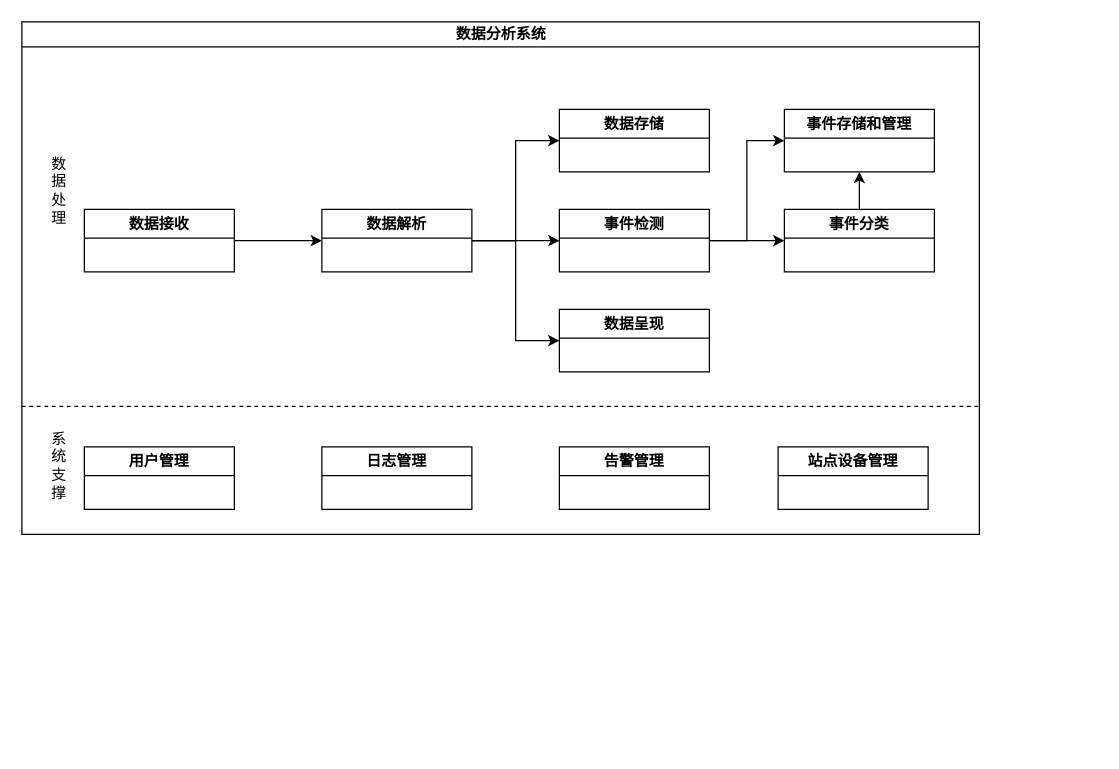
Above: 管理系统/未命名绘图.drawio in Diend-7/- (draw.io), before the change. Source tidied: cells renumbered, new cells numbered last; positions are measured from the earlier drawing's top-left corner, leaving out a move shared by most shapes. Both pictures are drawn from the tidied source at 125%, with x=0, y=0 at pixel (21, 21).
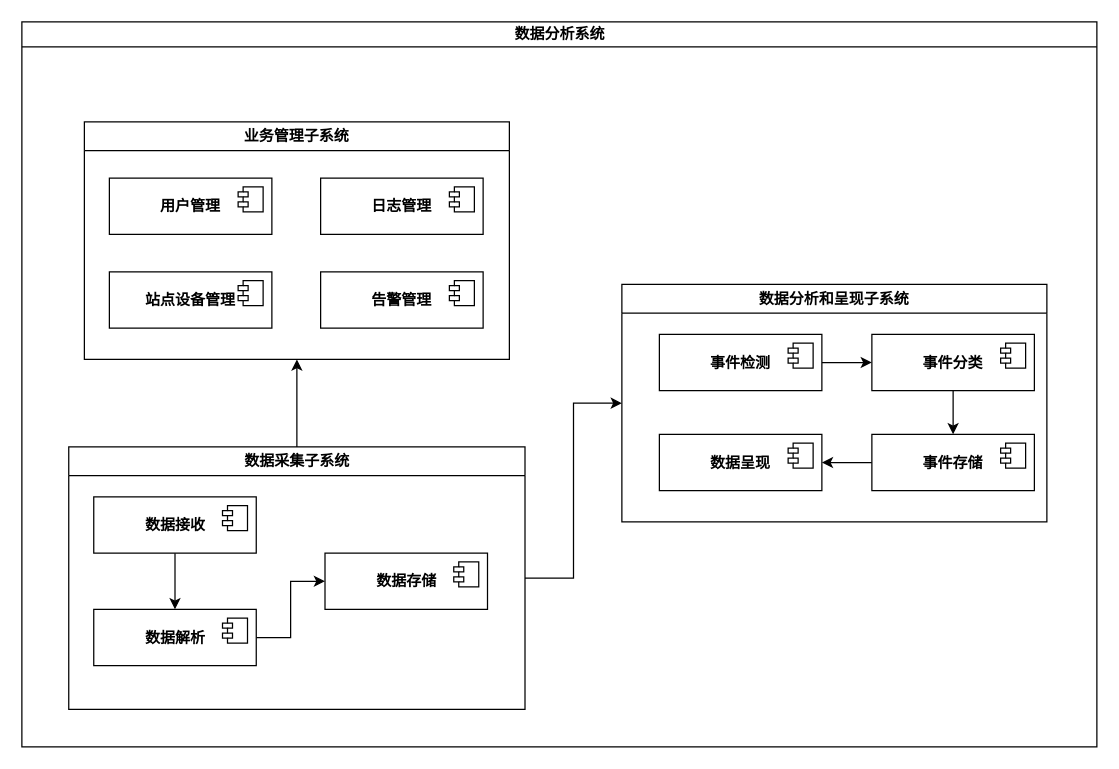
The same diagram, later.

Commit message:
更新未命名绘图.drawio

Diff of the diagram source:
```diff
@@
     <mxCell id="2" value="数据分析系统" style="swimlane;html=1;startSize=20;horizontal=1;containerType=tree;glass=0;" parent="1" vertex="1">
-      <mxGeometry width="766" height="410" as="geometry" />
+      <mxGeometry width="860" height="580" as="geometry" />
     </mxCell>
-    <mxCell id="3" style="edgeStyle=orthogonalEdgeStyle;rounded=0;jettySize=auto;html=1;entryX=0;entryY=0.5;entryDx=0;entryDy=0;" parent="2" edge="1" source="4" target="8">
-      <mxGeometry relative="1" as="geometry" />
-    </mxCell>
-    <mxCell id="4" value="数据接收" style="swimlane;whiteSpace=wrap;html=1;" parent="2" vertex="1">
-      <mxGeometry x="50" y="150" width="120" height="50" as="geometry" />
+    <mxCell id="4" value="业务管理子系统" style="swimlane;whiteSpace=wrap;html=1;startSize=23;" parent="2" vertex="1">
+      <mxGeometry x="50" y="80" width="340" height="190" as="geometry" />
     </mxCell>
-    <mxCell id="5" style="edgeStyle=orthogonalEdgeStyle;rounded=0;jettySize=auto;html=1;entryX=0;entryY=0.5;entryDx=0;entryDy=0;" parent="2" edge="1" source="8" target="12">
-      <mxGeometry relative="1" as="geometry" />
-    </mxCell>
+    <mxCell id="24" value="&lt;b&gt;用户管理&lt;/b&gt;" style="html=1;whiteSpace=wrap;" parent="4" vertex="1">
+      <mxGeometry x="20" y="45" width="130" height="45" as="geometry" />
+    </mxCell>
+    <mxCell id="25" style="shape=module;jettyWidth=8;jettyHeight=4;" parent="24" vertex="1">
+      <mxGeometry x="1" width="20" height="20" relative="1" as="geometry">
+        <mxPoint x="-27" y="7" as="offset" />
+      </mxGeometry>
+    </mxCell>
+    <mxCell id="19" value="&lt;b&gt;日志管理&lt;/b&gt;" style="html=1;whiteSpace=wrap;" parent="4" vertex="1">
+      <mxGeometry x="189" y="45" width="130" height="45" as="geometry" />
+    </mxCell>
+    <mxCell id="26" style="shape=module;jettyWidth=8;jettyHeight=4;" parent="19" vertex="1">
+      <mxGeometry x="1" width="20" height="20" relative="1" as="geometry">
+        <mxPoint x="-27" y="7" as="offset" />
+      </mxGeometry>
+    </mxCell>
+    <mxCell id="22" value="&lt;b&gt;站点设备管理&lt;/b&gt;" style="html=1;whiteSpace=wrap;" parent="4" vertex="1">
+      <mxGeometry x="20" y="120" width="130" height="45" as="geometry" />
+    </mxCell>
+    <mxCell id="27" style="shape=module;jettyWidth=8;jettyHeight=4;" parent="22" vertex="1">
+      <mxGeometry x="1" width="20" height="20" relative="1" as="geometry">
+        <mxPoint x="-27" y="7" as="offset" />
+      </mxGeometry>
+    </mxCell>
+    <mxCell id="28" value="&lt;b&gt;告警管理&lt;/b&gt;" style="html=1;whiteSpace=wrap;" parent="4" vertex="1">
+      <mxGeometry x="189" y="120" width="130" height="45" as="geometry" />
+    </mxCell>
+    <mxCell id="29" style="shape=module;jettyWidth=8;jettyHeight=4;" parent="28" vertex="1">
+      <mxGeometry x="1" width="20" height="20" relative="1" as="geometry">
+        <mxPoint x="-27" y="7" as="offset" />
+      </mxGeometry>
+    </mxCell>
+    <mxCell id="17" value="数据分析和呈现子系统" style="swimlane;whiteSpace=wrap;html=1;" parent="2" vertex="1">
+      <mxGeometry x="480" y="210" width="340" height="190" as="geometry" />
+    </mxCell>
+    <mxCell id="10" style="edgeStyle=orthogonalEdgeStyle;rounded=0;jettySize=auto;html=1;entryX=0;entryY=0.5;entryDx=0;entryDy=0;" parent="17" edge="1" source="12" target="14">
+      <mxGeometry relative="1" as="geometry" />
+    </mxCell>
+    <mxCell id="12" value="&lt;b&gt;事件检测&lt;/b&gt;" style="html=1;whiteSpace=wrap;" parent="17" vertex="1">
+      <mxGeometry x="30" y="40" width="130" height="45" as="geometry" />
+    </mxCell>
+    <mxCell id="30" style="shape=module;jettyWidth=8;jettyHeight=4;" parent="12" vertex="1">
+      <mxGeometry x="1" width="20" height="20" relative="1" as="geometry">
+        <mxPoint x="-27" y="7" as="offset" />
+      </mxGeometry>
+    </mxCell>
+    <mxCell id="31" style="edgeStyle=orthogonalEdgeStyle;rounded=0;jettySize=auto;html=1;entryX=0.5;entryY=0;entryDx=0;entryDy=0;" parent="17" edge="1" source="14" target="34">
+      <mxGeometry relative="1" as="geometry" />
+    </mxCell>
+    <mxCell id="14" value="&lt;b&gt;事件分类&lt;/b&gt;" style="html=1;whiteSpace=wrap;" parent="17" vertex="1">
+      <mxGeometry x="200" y="40" width="130" height="45" as="geometry" />
+    </mxCell>
+    <mxCell id="32" style="shape=module;jettyWidth=8;jettyHeight=4;" parent="14" vertex="1">
+      <mxGeometry x="1" width="20" height="20" relative="1" as="geometry">
+        <mxPoint x="-27" y="7" as="offset" />
+      </mxGeometry>
+    </mxCell>
+    <mxCell id="33" style="edgeStyle=orthogonalEdgeStyle;rounded=0;jettySize=auto;html=1;entryX=1;entryY=0.5;entryDx=0;entryDy=0;" parent="17" edge="1" source="34" target="15">
+      <mxGeometry relative="1" as="geometry" />
+    </mxCell>
+    <mxCell id="34" value="&lt;b&gt;事件存储&lt;/b&gt;" style="html=1;whiteSpace=wrap;" parent="17" vertex="1">
+      <mxGeometry x="200" y="120" width="130" height="45" as="geometry" />
+    </mxCell>
+    <mxCell id="35" style="shape=module;jettyWidth=8;jettyHeight=4;" parent="34" vertex="1">
+      <mxGeometry x="1" width="20" height="20" relative="1" as="geometry">
+        <mxPoint x="-27" y="7" as="offset" />
+      </mxGeometry>
+    </mxCell>
+    <mxCell id="15" value="&lt;b&gt;数据呈现&lt;/b&gt;" style="html=1;whiteSpace=wrap;" parent="17" vertex="1">
+      <mxGeometry x="30" y="120" width="130" height="45" as="geometry" />
+    </mxCell>
+    <mxCell id="36" style="shape=module;jettyWidth=8;jettyHeight=4;" parent="15" vertex="1">
+      <mxGeometry x="1" width="20" height="20" relative="1" as="geometry">
+        <mxPoint x="-27" y="7" as="offset" />
+      </mxGeometry>
+    </mxCell>
+    <mxCell id="37" style="edgeStyle=orthogonalEdgeStyle;rounded=0;jettySize=auto;html=1;entryX=0.5;entryY=1;entryDx=0;entryDy=0;" parent="2" edge="1" source="18" target="4">
+      <mxGeometry relative="1" as="geometry" />
+    </mxCell>
+    <mxCell id="38" style="edgeStyle=orthogonalEdgeStyle;rounded=0;jettySize=auto;html=1;entryX=0;entryY=0.5;entryDx=0;entryDy=0;" parent="2" edge="1" source="18" target="17">
+      <mxGeometry relative="1" as="geometry" />
+    </mxCell>
+    <mxCell id="18" value="数据采集子系统" style="swimlane;whiteSpace=wrap;html=1;" parent="2" vertex="1">
+      <mxGeometry x="37.5" y="340" width="365" height="210" as="geometry" />
+    </mxCell>
+    <mxCell id="39" style="edgeStyle=orthogonalEdgeStyle;rounded=0;jettySize=auto;html=1;entryX=0.5;entryY=0;entryDx=0;entryDy=0;" parent="18" edge="1" source="40" target="8">
+      <mxGeometry relative="1" as="geometry" />
+    </mxCell>
+    <mxCell id="40" value="&lt;b&gt;数据接收&lt;/b&gt;" style="html=1;whiteSpace=wrap;" parent="18" vertex="1">
+      <mxGeometry x="20" y="40" width="130" height="45" as="geometry" />
+    </mxCell>
+    <mxCell id="41" style="shape=module;jettyWidth=8;jettyHeight=4;" parent="40" vertex="1">
+      <mxGeometry x="1" width="20" height="20" relative="1" as="geometry">
+        <mxPoint x="-27" y="7" as="offset" />
+      </mxGeometry>
+    </mxCell>
-    <mxCell id="6" style="edgeStyle=orthogonalEdgeStyle;rounded=0;jettySize=auto;html=1;entryX=0;entryY=0.5;entryDx=0;entryDy=0;" parent="2" edge="1" source="8" target="9">
+    <mxCell id="6" style="edgeStyle=orthogonalEdgeStyle;rounded=0;jettySize=auto;html=1;entryX=0;entryY=0.5;entryDx=0;entryDy=0;" parent="18" edge="1" source="8" target="9">
       <mxGeometry relative="1" as="geometry" />
     </mxCell>
-    <mxCell id="7" style="edgeStyle=orthogonalEdgeStyle;rounded=0;jettySize=auto;html=1;entryX=0;entryY=0.5;entryDx=0;entryDy=0;" parent="2" edge="1" source="8" target="15">
-      <mxGeometry relative="1" as="geometry" />
-    </mxCell>
-    <mxCell id="8" value="数据解析" style="swimlane;whiteSpace=wrap;html=1;" parent="2" vertex="1">
-      <mxGeometry x="240" y="150" width="120" height="50" as="geometry" />
+    <mxCell id="8" value="&lt;b&gt;数据解析&lt;/b&gt;" style="html=1;whiteSpace=wrap;" parent="18" vertex="1">
+      <mxGeometry x="20" y="130" width="130" height="45" as="geometry" />
     </mxCell>
+    <mxCell id="42" style="shape=module;jettyWidth=8;jettyHeight=4;" parent="8" vertex="1">
+      <mxGeometry x="1" width="20" height="20" relative="1" as="geometry">
+        <mxPoint x="-27" y="7" as="offset" />
+      </mxGeometry>
+    </mxCell>
-    <mxCell id="9" value="数据存储" style="swimlane;whiteSpace=wrap;html=1;" parent="2" vertex="1">
-      <mxGeometry x="430" y="70" width="120" height="50" as="geometry" />
+    <mxCell id="9" value="&lt;b&gt;数据存储&lt;/b&gt;" style="html=1;whiteSpace=wrap;" parent="18" vertex="1">
+      <mxGeometry x="205" y="85" width="130" height="45" as="geometry" />
     </mxCell>
-    <mxCell id="10" style="edgeStyle=orthogonalEdgeStyle;rounded=0;jettySize=auto;html=1;entryX=0;entryY=0.5;entryDx=0;entryDy=0;" parent="2" edge="1" source="12" target="14">
-      <mxGeometry relative="1" as="geometry" />
-    </mxCell>
-    <mxCell id="11" style="edgeStyle=orthogonalEdgeStyle;rounded=0;jettySize=auto;html=1;entryX=0;entryY=0.5;entryDx=0;entryDy=0;" parent="2" edge="1" source="12" target="16">
-      <mxGeometry relative="1" as="geometry" />
-    </mxCell>
-    <mxCell id="12" value="事件检测" style="swimlane;whiteSpace=wrap;html=1;" parent="2" vertex="1">
-      <mxGeometry x="430" y="150" width="120" height="50" as="geometry" />
-    </mxCell>
-    <mxCell id="13" style="edgeStyle=orthogonalEdgeStyle;rounded=0;jettySize=auto;html=1;entryX=0.5;entryY=1;entryDx=0;entryDy=0;" parent="2" edge="1" source="14" target="16">
-      <mxGeometry relative="1" as="geometry" />
-    </mxCell>
-    <mxCell id="14" value="事件分类" style="swimlane;whiteSpace=wrap;html=1;" parent="2" vertex="1">
-      <mxGeometry x="610" y="150" width="120" height="50" as="geometry" />
-    </mxCell>
-    <mxCell id="15" value="数据呈现" style="swimlane;whiteSpace=wrap;html=1;" parent="2" vertex="1">
-      <mxGeometry x="430" y="230" width="120" height="50" as="geometry" />
-    </mxCell>
-    <mxCell id="16" value="事件存储和管理" style="swimlane;whiteSpace=wrap;html=1;" parent="2" vertex="1">
-      <mxGeometry x="610" y="70" width="120" height="50" as="geometry" />
-    </mxCell>
-    <mxCell id="17" value="告警管理" style="swimlane;whiteSpace=wrap;html=1;" parent="2" vertex="1">
-      <mxGeometry x="430" y="340" width="120" height="50" as="geometry" />
-    </mxCell>
-    <mxCell id="18" value="用户管理" style="swimlane;whiteSpace=wrap;html=1;" parent="2" vertex="1">
-      <mxGeometry x="50" y="340" width="120" height="50" as="geometry" />
-    </mxCell>
-    <mxCell id="19" value="日志管理" style="swimlane;whiteSpace=wrap;html=1;" parent="2" vertex="1">
-      <mxGeometry x="240" y="340" width="120" height="50" as="geometry" />
-    </mxCell>
-    <mxCell id="20" value="数&lt;div&gt;据&lt;/div&gt;&lt;div&gt;处&lt;/div&gt;&lt;div&gt;理&lt;/div&gt;" style="text;html=1;align=center;verticalAlign=middle;whiteSpace=wrap;rounded=0;" parent="2" vertex="1">
-      <mxGeometry y="120" width="60" height="30" as="geometry" />
-    </mxCell>
-    <mxCell id="21" value="系&lt;div&gt;统&lt;/div&gt;&lt;div&gt;支&lt;/div&gt;&lt;div&gt;撑&lt;/div&gt;" style="text;html=1;align=center;verticalAlign=middle;whiteSpace=wrap;rounded=0;" parent="2" vertex="1">
-      <mxGeometry y="340" width="60" height="30" as="geometry" />
-    </mxCell>
-    <mxCell id="22" value="站点设备管理" style="swimlane;whiteSpace=wrap;html=1;" parent="2" vertex="1">
-      <mxGeometry x="605" y="340" width="120" height="50" as="geometry" />
-    </mxCell>
-    <mxCell id="23" style="endArrow=none;dashed=1;html=1;rounded=0;exitX=0;exitY=0.75;exitDx=0;exitDy=0;entryX=1;entryY=0.75;entryDx=0;entryDy=0;" parent="1" edge="1" source="2" target="2">
-      <mxGeometry relative="1" as="geometry" />
-    </mxCell>
+    <mxCell id="43" style="shape=module;jettyWidth=8;jettyHeight=4;" parent="9" vertex="1">
+      <mxGeometry x="1" width="20" height="20" relative="1" as="geometry">
+        <mxPoint x="-27" y="7" as="offset" />
+      </mxGeometry>
+    </mxCell>
```
